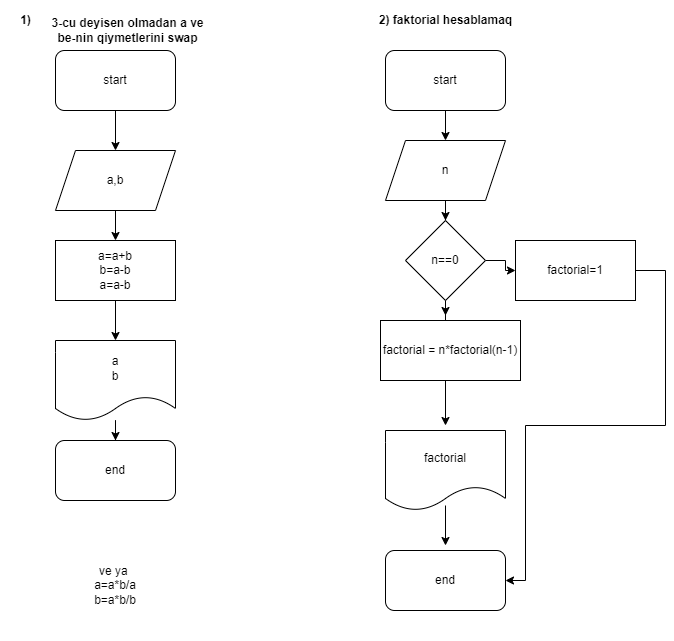
ibrahimaliyevv2/FormtasksIntroduction keeps this draw.io diagram as BeraberlesdirmeVeFaktorial.png. Above is the earlier version. Source tidied: cells renumbered, new cells last; positions are measured from the earlier drawing's top-left corner, leaving out a move shared by most shapes.
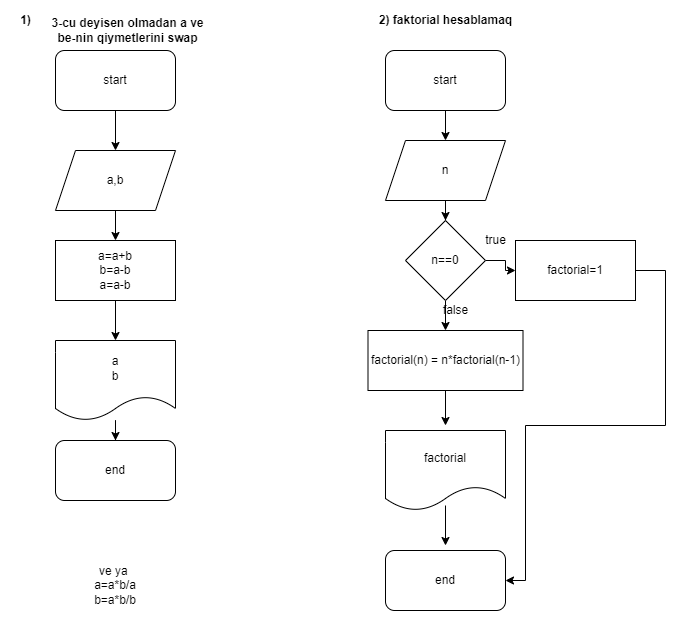
After the commit.

The edit, as a diff of the source:
```diff
@@ -68,17 +68,15 @@
     <mxCell id="21" value="2) faktorial hesablamaq" style="text;html=1;align=center;verticalAlign=middle;strokeColor=none;fillColor=none;fontStyle=1;" parent="1" vertex="1">
       <mxGeometry x="370" y="10" width="150" height="20" as="geometry" />
     </mxCell>
-    <mxCell id="22" value="factorial = n*factorial(n-1)" style="whiteSpace=wrap;html=1;" parent="1" vertex="1">
-      <mxGeometry x="380" y="320" width="140" height="60" as="geometry" />
+    <mxCell id="22" value="factorial(n) = n*factorial(n-1)" style="whiteSpace=wrap;html=1;" parent="1" vertex="1">
+      <mxGeometry x="367.5" y="330" width="155" height="60" as="geometry" />
     </mxCell>
-    <mxCell id="23" style="edgeStyle=orthogonalEdgeStyle;rounded=0;jettySize=auto;html=1;" parent="1" edge="1" source="25">
-      <mxGeometry relative="1" as="geometry">
-        <mxPoint x="445" y="315" as="targetPoint" />
-      </mxGeometry>
-    </mxCell>
     <mxCell id="24" style="edgeStyle=orthogonalEdgeStyle;rounded=0;jettySize=auto;html=1;" parent="1" edge="1" source="25" target="27">
       <mxGeometry relative="1" as="geometry" />
     </mxCell>
+    <mxCell id="29" style="edgeStyle=orthogonalEdgeStyle;rounded=0;jettySize=auto;html=1;" parent="1" edge="1" source="25" target="22">
+      <mxGeometry relative="1" as="geometry" />
+    </mxCell>
     <mxCell id="25" value="n==0" style="rhombus;whiteSpace=wrap;html=1;" parent="1" vertex="1">
       <mxGeometry x="405" y="220" width="80" height="80" as="geometry" />
     </mxCell>
@@ -98,5 +96,11 @@
     <mxCell id="28" value="ve ya&amp;nbsp;&lt;br&gt;a=a*b/a&lt;br&gt;b=a*b/b" style="text;html=1;strokeColor=none;fillColor=none;align=center;verticalAlign=middle;whiteSpace=wrap;rounded=0;" parent="1" vertex="1">
       <mxGeometry y="530" width="230" height="110" as="geometry" />
     </mxCell>
+    <mxCell id="30" value="true" style="text;html=1;align=center;verticalAlign=middle;strokeColor=none;fillColor=none;" parent="1" vertex="1">
+      <mxGeometry x="475" y="230" width="40" height="20" as="geometry" />
+    </mxCell>
+    <mxCell id="31" value="false" style="text;html=1;align=center;verticalAlign=middle;strokeColor=none;fillColor=none;" parent="1" vertex="1">
+      <mxGeometry x="435" y="300" width="40" height="20" as="geometry" />
+    </mxCell>
   </root>
 </mxGraphModel>
```
